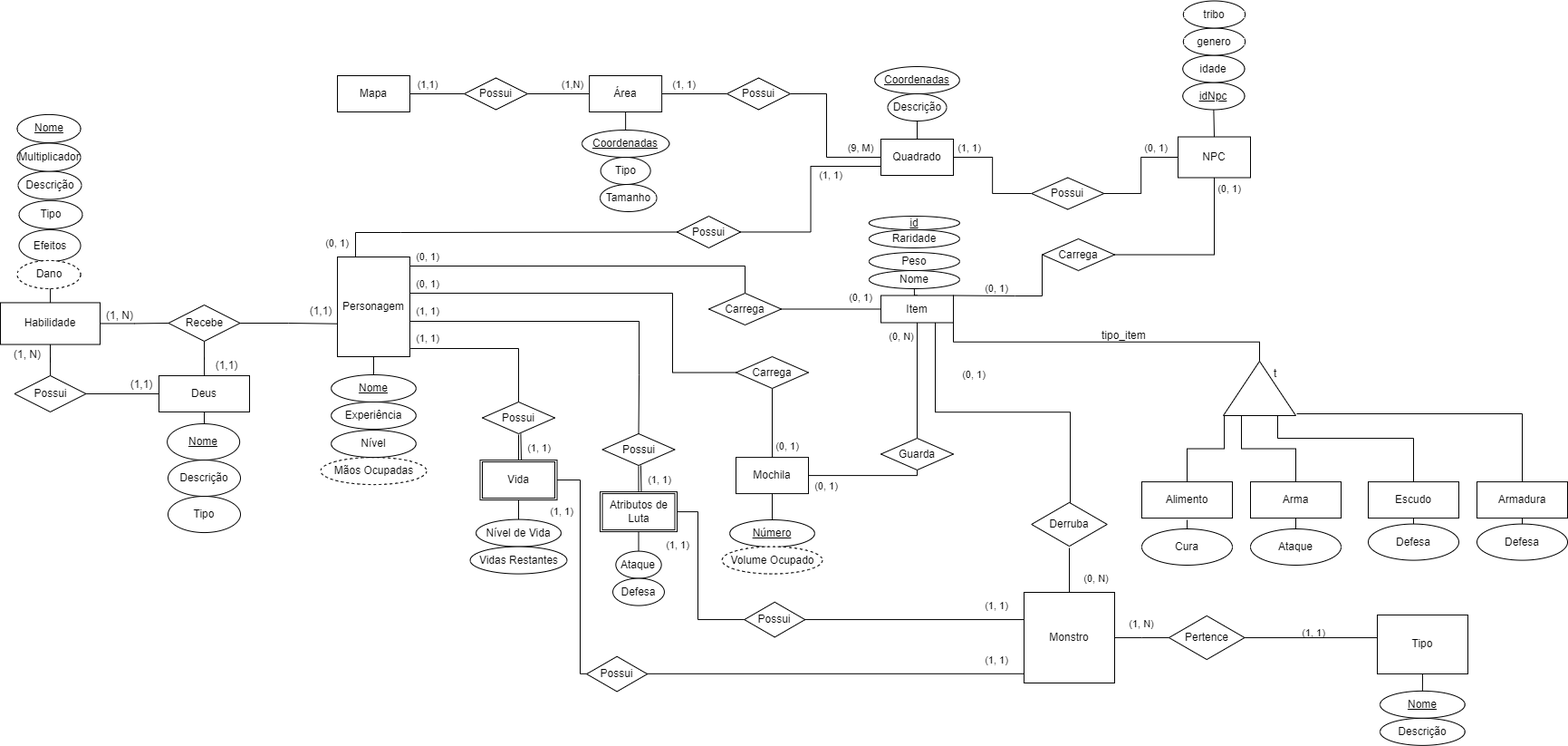
This is mod_1/prev/vikings_db-v0.6.png from SBD1/grupo3-vikings, a draw.io export, as it was before one commit. Source tidied: cells renumbered, new cells last; positions are measured from the earlier drawing's top-left corner, leaving out a move shared by most shapes.
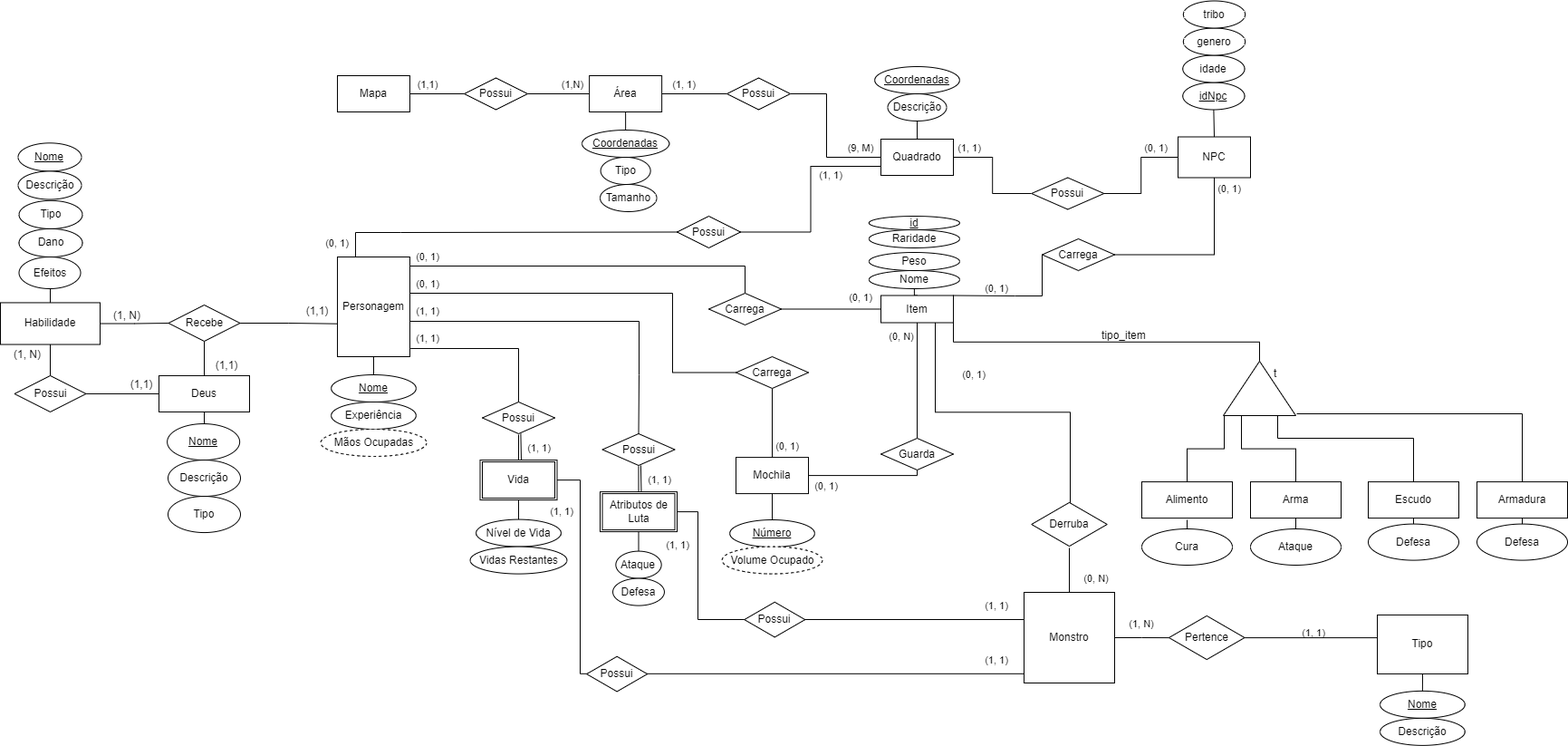
The same file after the commit.

Diff of the diagram source:
```diff
@@ -120,7 +120,7 @@
       <mxGeometry x="365.1" y="442" width="93.8" height="30" as="geometry" />
     </mxCell>
     <mxCell id="32" value="Mãos Ocupadas" style="ellipse;whiteSpace=wrap;html=1;dashed=1;" parent="1" vertex="1">
-      <mxGeometry x="353.6" y="503.1" width="116.9" height="30" as="geometry" />
+      <mxGeometry x="353.6" y="472" width="116.9" height="30" as="geometry" />
     </mxCell>
     <mxCell id="33" style="edgeStyle=orthogonalEdgeStyle;rounded=0;jettySize=auto;html=1;endArrow=none;endFill=0;entryX=0;entryY=0.75;entryDx=0;entryDy=0;" parent="1" edge="1" source="34" target="10">
       <mxGeometry relative="1" as="geometry" />
@@ -494,15 +494,12 @@
     <mxCell id="141" value="Deus" style="rounded=0;whiteSpace=wrap;html=1;" parent="1" vertex="1">
       <mxGeometry x="175" y="413" width="100" height="40" as="geometry" />
     </mxCell>
-    <mxCell id="142" style="edgeStyle=orthogonalEdgeStyle;rounded=0;jettySize=auto;html=1;startArrow=none;" parent="1" edge="1" source="164" target="151">
+    <mxCell id="142" style="edgeStyle=orthogonalEdgeStyle;rounded=0;jettySize=auto;html=1;" parent="1" edge="1" source="145" target="151">
       <mxGeometry relative="1" as="geometry" />
     </mxCell>
     <mxCell id="143" style="edgeStyle=orthogonalEdgeStyle;rounded=0;jettySize=auto;html=1;entryX=0;entryY=0.5;entryDx=0;entryDy=0;endArrow=none;endFill=0;" parent="1" edge="1" source="145" target="153">
       <mxGeometry relative="1" as="geometry" />
     </mxCell>
-    <mxCell id="144" style="edgeStyle=orthogonalEdgeStyle;rounded=0;jettySize=auto;html=1;endArrow=none;endFill=0;" parent="1" edge="1" source="145" target="165">
-      <mxGeometry relative="1" as="geometry" />
-    </mxCell>
     <mxCell id="145" value="Habilidade" style="rounded=0;whiteSpace=wrap;html=1;" parent="1" vertex="1">
       <mxGeometry y="332.4" width="110" height="46.1" as="geometry" />
     </mxCell>
@@ -516,7 +513,7 @@
       <mxGeometry x="185" y="546" width="80" height="40" as="geometry" />
     </mxCell>
     <mxCell id="149" value="&lt;u&gt;Nome&lt;/u&gt;" style="ellipse;whiteSpace=wrap;html=1;" parent="1" vertex="1">
-      <mxGeometry x="18.5" y="124.9" width="70" height="31.1" as="geometry" />
+      <mxGeometry x="19.5" y="156.3" width="70" height="31.1" as="geometry" />
     </mxCell>
     <mxCell id="150" value="Descrição" style="ellipse;whiteSpace=wrap;html=1;" parent="1" vertex="1">
       <mxGeometry x="19.5" y="187.4" width="70" height="31.1" as="geometry" />
@@ -524,6 +521,12 @@
     <mxCell id="151" value="Tipo" style="ellipse;whiteSpace=wrap;html=1;" parent="1" vertex="1">
       <mxGeometry x="20.5" y="219.8" width="70" height="31.1" as="geometry" />
     </mxCell>
+    <mxCell id="165" value="Dano" style="ellipse;whiteSpace=wrap;html=1;" parent="1" vertex="1">
+      <mxGeometry x="20.5" y="250.9" width="70" height="31.1" as="geometry" />
+    </mxCell>
+    <mxCell id="164" value="Efeitos" style="ellipse;whiteSpace=wrap;html=1;" parent="1" vertex="1">
+      <mxGeometry x="20.5" y="282" width="68" height="35" as="geometry" />
+    </mxCell>
     <mxCell id="152" style="edgeStyle=orthogonalEdgeStyle;rounded=0;jettySize=auto;html=1;entryX=0.001;entryY=0.67;entryDx=0;entryDy=0;entryPerimeter=0;endArrow=none;endFill=0;" parent="1" edge="1" source="153" target="29">
       <mxGeometry relative="1" as="geometry" />
     </mxCell>
@@ -534,10 +537,10 @@
       <mxGeometry x="220" y="387" width="60" height="30" as="geometry" />
     </mxCell>
     <mxCell id="155" value="(1,1)" style="text;html=1;strokeColor=none;fillColor=none;align=center;verticalAlign=middle;whiteSpace=wrap;rounded=0;" parent="1" vertex="1">
-      <mxGeometry x="324" y="327" width="60" height="30" as="geometry" />
+      <mxGeometry x="320" y="327" width="60" height="30" as="geometry" />
     </mxCell>
     <mxCell id="156" value="(1, N)" style="text;html=1;strokeColor=none;fillColor=none;align=center;verticalAlign=middle;whiteSpace=wrap;rounded=0;" parent="1" vertex="1">
-      <mxGeometry x="102" y="332" width="60" height="30" as="geometry" />
+      <mxGeometry x="110" y="332" width="60" height="30" as="geometry" />
     </mxCell>
     <mxCell id="157" style="edgeStyle=orthogonalEdgeStyle;rounded=0;jettySize=auto;html=1;entryX=0;entryY=0.5;entryDx=0;entryDy=0;endArrow=none;endFill=0;" parent="1" edge="1" source="159" target="141">
       <mxGeometry relative="1" as="geometry" />
@@ -554,17 +557,5 @@
     <mxCell id="161" value="(1, N)" style="text;html=1;strokeColor=none;fillColor=none;align=center;verticalAlign=middle;whiteSpace=wrap;rounded=0;" parent="1" vertex="1">
       <mxGeometry y="375" width="60" height="30" as="geometry" />
     </mxCell>
-    <mxCell id="162" value="Multiplicador" style="ellipse;whiteSpace=wrap;html=1;" parent="1" vertex="1">
-      <mxGeometry x="18.5" y="156.5" width="70" height="31.1" as="geometry" />
-    </mxCell>
-    <mxCell id="163" value="Nível" style="ellipse;whiteSpace=wrap;html=1;" parent="1" vertex="1">
-      <mxGeometry x="365.1" y="473.1" width="93.8" height="30" as="geometry" />
-    </mxCell>
-    <mxCell id="164" value="Efeitos" style="ellipse;whiteSpace=wrap;html=1;" parent="1" vertex="1">
-      <mxGeometry x="20.5" y="252" width="68" height="35" as="geometry" />
-    </mxCell>
-    <mxCell id="165" value="Dano" style="ellipse;whiteSpace=wrap;html=1;dashed=1;" parent="1" vertex="1">
-      <mxGeometry x="18.5" y="285.9" width="70" height="31.1" as="geometry" />
-    </mxCell>
   </root>
 </mxGraphModel>
```
